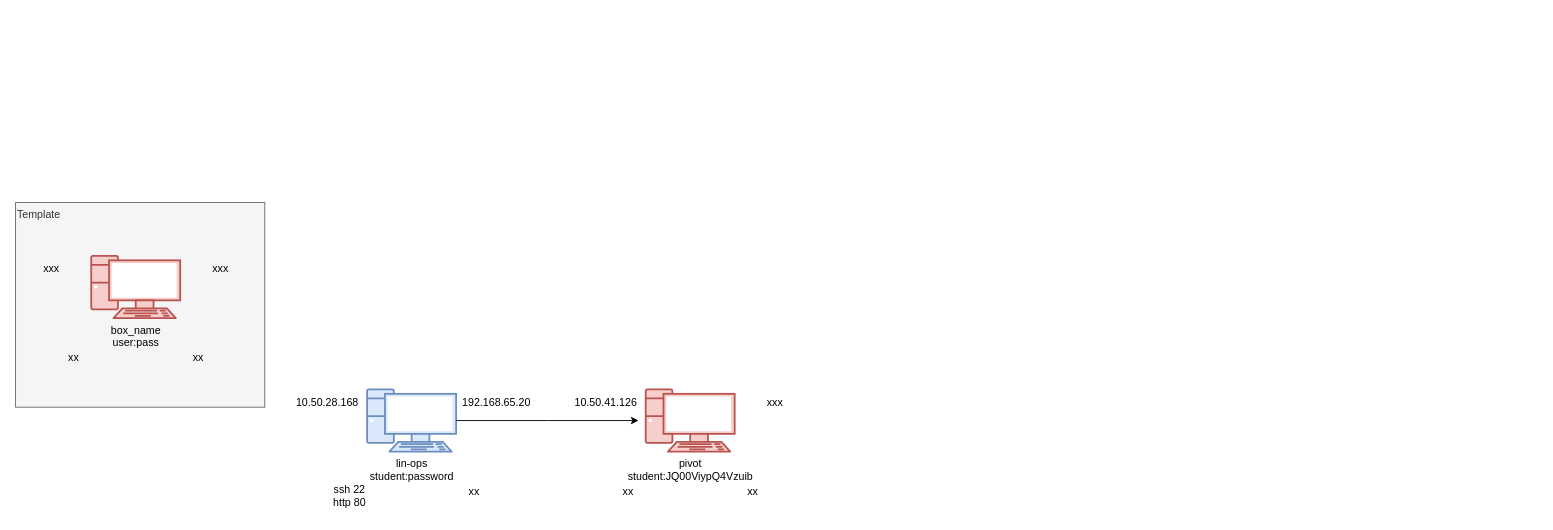
Earlier version of the draw.io diagram CCTC/SEC/_template_.drawio (wifi96h/new). Source tidied: cells renumbered, new cells numbered last; positions are measured from the earlier drawing's top-left corner, leaving out a move shared by most shapes. Both pictures are drawn from the tidied source at 89%, with x=0, y=0 at pixel (15, 202).
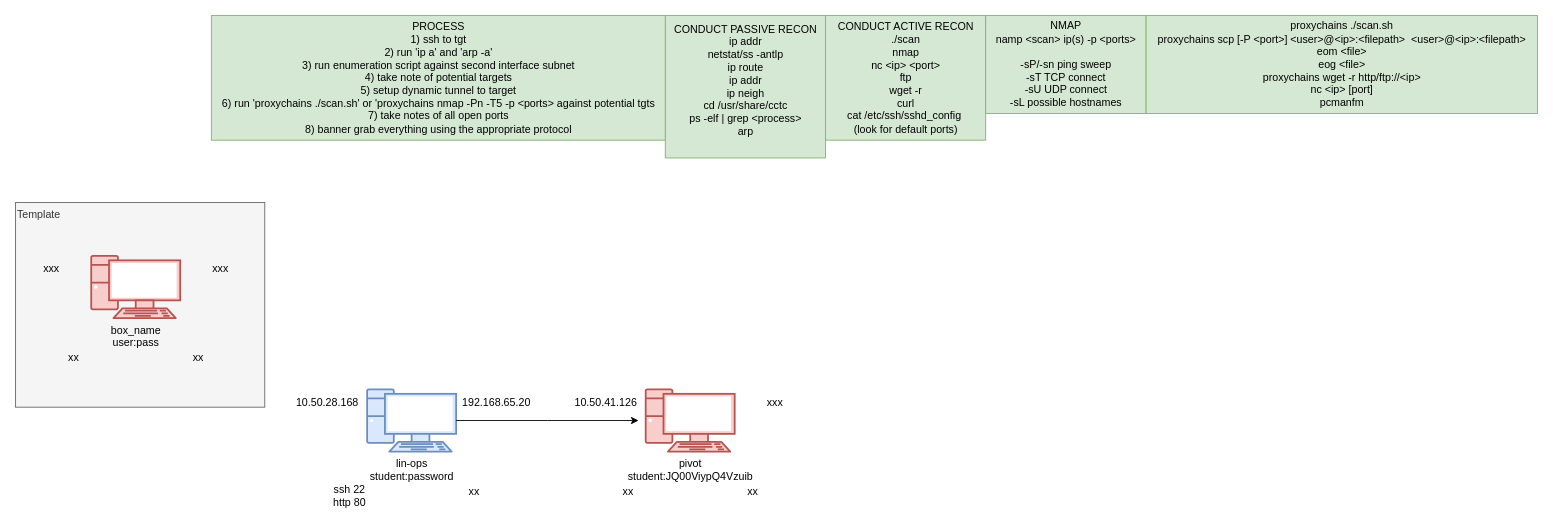
The same diagram, later.

What changed in the source:
```diff
@@
+    <mxCell id="25" value="CONDUCT PASSIVE RECON&lt;div&gt;ip addr&lt;/div&gt;&lt;div&gt;netstat/ss -antlp&lt;/div&gt;&lt;div&gt;ip route&lt;/div&gt;&lt;div&gt;ip addr&lt;/div&gt;&lt;div&gt;ip neigh&lt;/div&gt;&lt;div&gt;cd /usr/share/cctc&lt;/div&gt;&lt;div&gt;ps -elf | grep &amp;lt;process&amp;gt;&lt;/div&gt;&lt;div&gt;arp&lt;/div&gt;&lt;div&gt;&lt;br&gt;&lt;/div&gt;" style="text;html=1;align=center;verticalAlign=middle;strokeColor=#82b366;fillColor=#d5e8d4;" parent="1" vertex="1">
+      <mxGeometry x="730" y="-210" width="180" height="160" as="geometry" />
+    </mxCell>
+    <mxCell id="26" value="&lt;div&gt;CONDUCT ACTIVE RECON&lt;/div&gt;&lt;div&gt;./scan&lt;/div&gt;&lt;div&gt;nmap&lt;/div&gt;&lt;div&gt;nc &amp;lt;ip&amp;gt; &amp;lt;port&amp;gt;&lt;/div&gt;&lt;div&gt;ftp&lt;/div&gt;&lt;div&gt;wget -r&lt;/div&gt;&lt;div&gt;curl&lt;/div&gt;&lt;div&gt;cat /etc/ssh/sshd_config&amp;nbsp;&lt;/div&gt;&lt;div&gt;(look for default ports)&lt;/div&gt;" style="text;html=1;align=center;verticalAlign=middle;strokeColor=#82b366;fillColor=#d5e8d4;" parent="1" vertex="1">
+      <mxGeometry x="910" y="-210" width="180" height="140" as="geometry" />
+    </mxCell>
+    <mxCell id="27" value="proxychains ./scan.sh&lt;div&gt;proxychains scp [-P &amp;lt;port&amp;gt;] &amp;lt;user&amp;gt;@&amp;lt;ip&amp;gt;:&amp;lt;filepath&amp;gt;&amp;nbsp; &amp;lt;user&amp;gt;@&amp;lt;ip&amp;gt;:&amp;lt;filepath&amp;gt;&lt;/div&gt;&lt;div&gt;eom &amp;lt;file&amp;gt;&lt;/div&gt;&lt;div&gt;eog &amp;lt;file&amp;gt;&lt;/div&gt;&lt;div&gt;proxychains wget -r http/ftp://&amp;lt;ip&amp;gt;&lt;/div&gt;&lt;div&gt;nc &amp;lt;ip&amp;gt; [port]&lt;/div&gt;&lt;div&gt;pcmanfm&lt;/div&gt;" style="text;html=1;align=center;verticalAlign=middle;strokeColor=#82b366;fillColor=#d5e8d4;" parent="1" vertex="1">
+      <mxGeometry x="1270" y="-210" width="440" height="110" as="geometry" />
+    </mxCell>
+    <mxCell id="28" value="&lt;div&gt;NMAP&lt;/div&gt;&lt;div&gt;namp &amp;lt;scan&amp;gt; ip(s) -p &amp;lt;ports&amp;gt;&lt;/div&gt;&lt;div&gt;&lt;br&gt;&lt;/div&gt;&lt;div&gt;&lt;span style=&quot;background-color: initial;&quot;&gt;-sP/-sn ping sweep&lt;/span&gt;&lt;br&gt;&lt;/div&gt;&lt;div&gt;-sT TCP connect&lt;/div&gt;&lt;div&gt;-sU UDP connect&lt;/div&gt;&lt;div&gt;-sL possible hostnames&lt;br&gt;&lt;/div&gt;" style="text;html=1;align=center;verticalAlign=middle;strokeColor=#82b366;fillColor=#d5e8d4;" parent="1" vertex="1">
+      <mxGeometry x="1090" y="-210" width="180" height="110" as="geometry" />
+    </mxCell>
+    <mxCell id="29" value="&lt;div&gt;PROCESS&lt;/div&gt;&lt;div&gt;1) ssh to tgt&lt;/div&gt;&lt;div&gt;2) run 'ip a' and 'arp -a'&lt;/div&gt;&lt;div&gt;3) run enumeration script against second interface subnet&lt;/div&gt;&lt;div&gt;4) take note of potential targets&lt;/div&gt;&lt;div&gt;5) setup dynamic tunnel to target&lt;/div&gt;&lt;div&gt;6) run 'proxychains ./scan.sh' or 'proxychains nmap -Pn -T5 -p &amp;lt;ports&amp;gt; against potential tgts&lt;/div&gt;&lt;div&gt;7) take notes of all open ports&lt;/div&gt;&lt;div&gt;8) banner grab everything using the appropriate protocol&lt;/div&gt;" style="text;html=1;align=center;verticalAlign=middle;strokeColor=#82b366;fillColor=#d5e8d4;" parent="1" vertex="1">
+      <mxGeometry x="220" y="-210" width="510" height="140" as="geometry" />
+    </mxCell>
```
